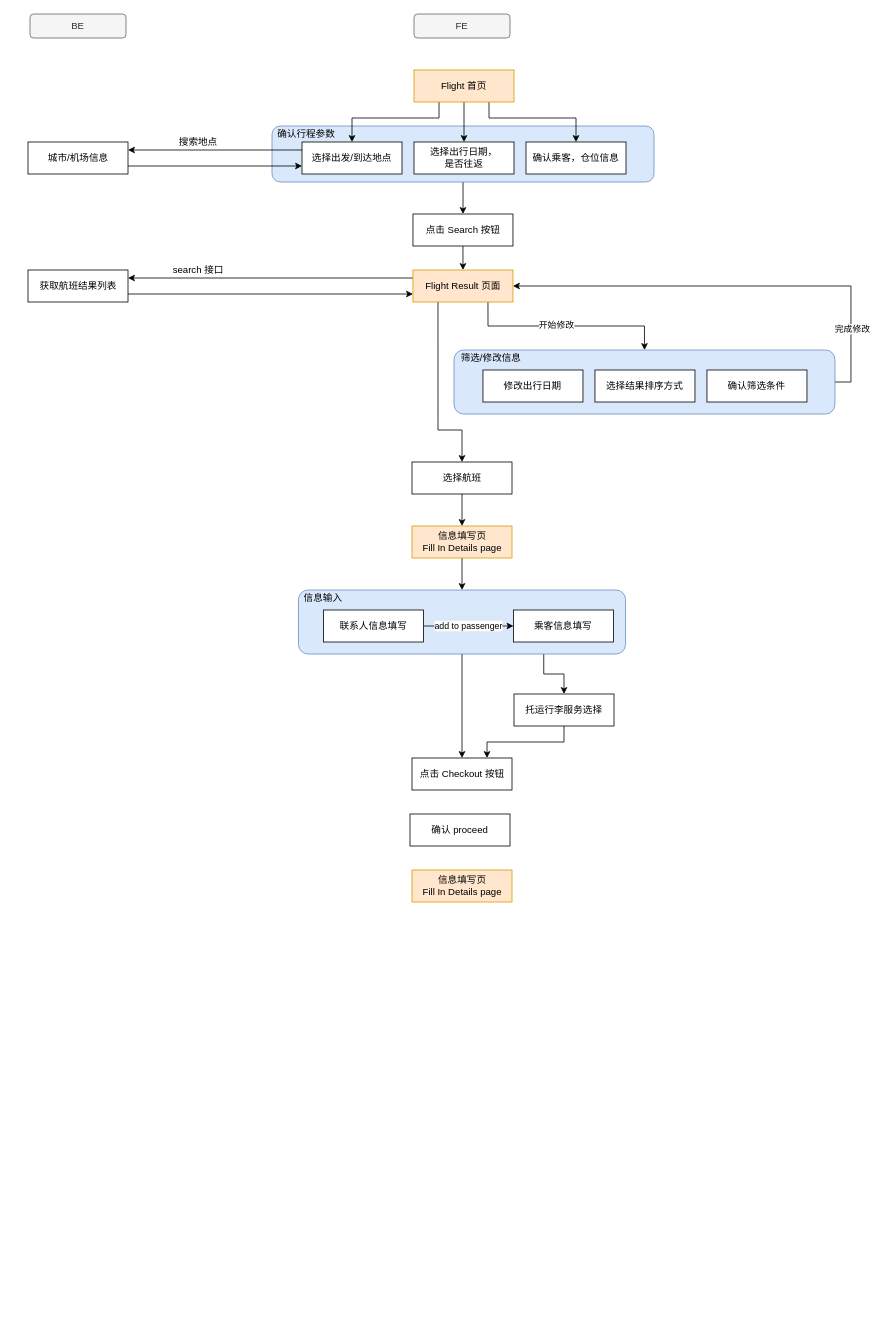
This is page "main process" (1 of 2) of Flight/flight.drawio from junhong2021/Hotel-, a draw.io file, before an edit. Source tidied: cells renumbered, new cells numbered last; positions are measured from the earlier drawing's top-left corner, leaving out a move shared by most shapes. Both pictures are drawn from the tidied source at 80%, with x=0, y=0 at pixel (27, 14).
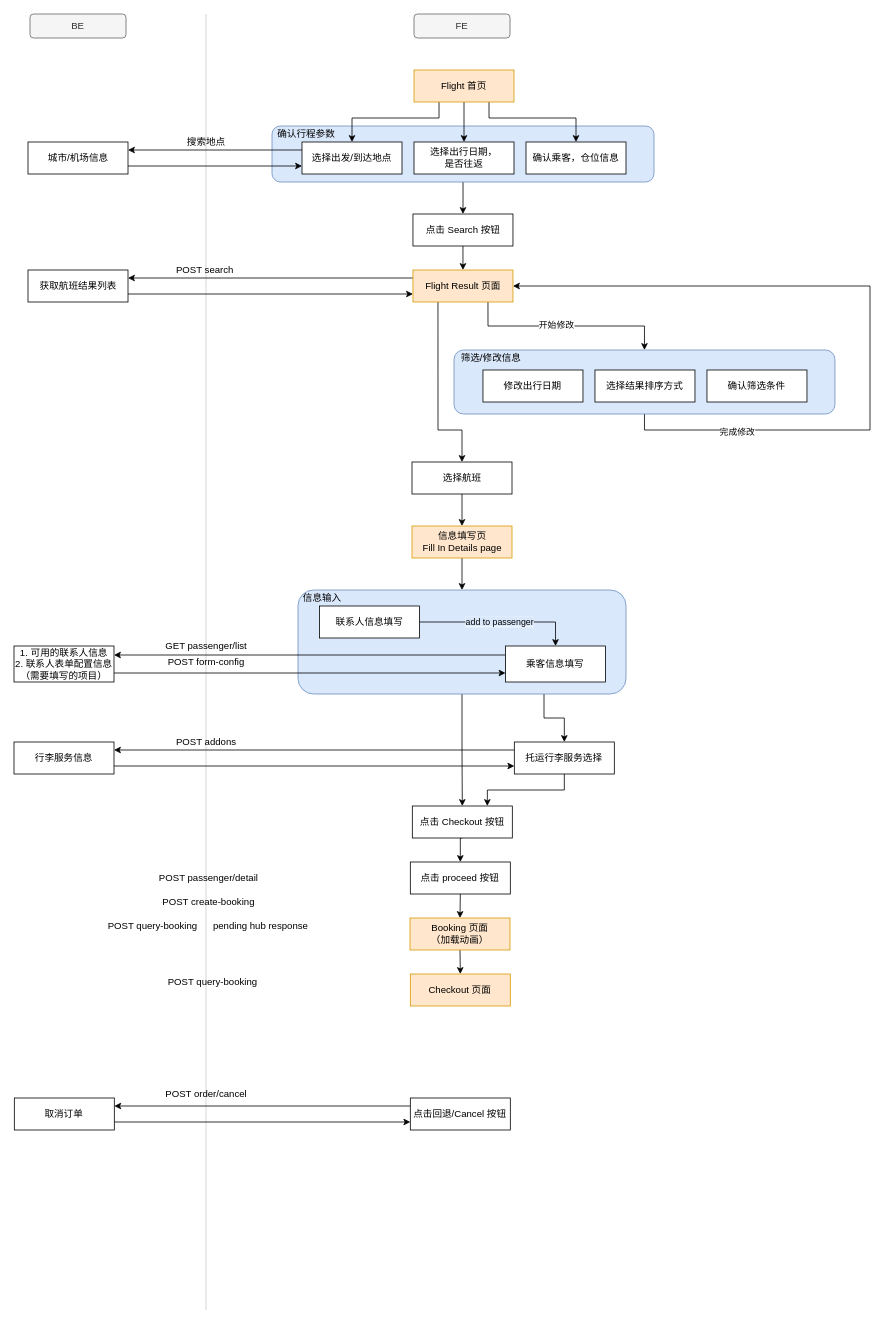
The same diagram, later.

The change refers to these unchanged cells:
```xml
<mxCell id="4" style="rounded=1;whiteSpace=wrap;html=1;fillColor=#dae8fc;strokeColor=#6c8ebf;align=center;" parent="1" vertex="1">
  <mxGeometry x="533" y="420" width="476.2" height="80" as="geometry" />
</mxCell>
<mxCell id="17" value="Flight Result 页面" style="rounded=0;whiteSpace=wrap;html=1;fillColor=#ffe6cc;strokeColor=#d79b00;" parent="1" vertex="1">
  <mxGeometry x="481.7" y="320" width="125" height="40" as="geometry" />
</mxCell>
```

The edit, as a diff of the source:
```diff
@@
-<mxGraphModel>
+<mxGraphModel background="#FFFFFF">
@@
+    <mxCell id="51" style="endArrow=none;html=1;strokeColor=#CCCCCC;" parent="1" edge="1">
+      <mxGeometry relative="1" as="geometry">
+        <mxPoint x="223" y="1620" as="sourcePoint" />
+        <mxPoint x="223" as="targetPoint" />
+      </mxGeometry>
+    </mxCell>
-    <mxCell id="2" style="edgeStyle=orthogonalEdgeStyle;rounded=0;jettySize=auto;html=1;exitX=1;exitY=0.5;exitDx=0;exitDy=0;entryX=1;entryY=0.5;entryDx=0;entryDy=0;" parent="1" edge="1" source="4" target="17">
-      <mxGeometry relative="1" as="geometry" />
+    <mxCell id="2" style="edgeStyle=orthogonalEdgeStyle;rounded=0;jettySize=auto;html=1;exitX=0.5;exitY=1;exitDx=0;exitDy=0;entryX=1;entryY=0.5;entryDx=0;entryDy=0;" parent="1" edge="1" source="4" target="17">
+      <mxGeometry relative="1" as="geometry">
+        <Array as="points">
+          <mxPoint x="771" y="520" />
+          <mxPoint x="1053" y="520" />
+          <mxPoint x="1053" y="340" />
+        </Array>
+      </mxGeometry>
     </mxCell>
     <mxCell id="3" value="完成修改" style="edgeLabel;html=1;align=center;verticalAlign=middle;" parent="2" vertex="1">
-      <mxGeometry x="-0.69" y="-1" relative="1" as="geometry" />
+      <mxGeometry x="-0.71" y="-2" relative="1" as="geometry" />
     </mxCell>
@@
     <mxCell id="28" value="搜索地点" style="text;html=1;align=center;verticalAlign=middle;strokeColor=none;" parent="1" vertex="1">
-      <mxGeometry x="183" y="150" width="60" height="20" as="geometry" />
+      <mxGeometry x="193" y="150" width="60" height="20" as="geometry" />
     </mxCell>
@@
-    <mxCell id="33" value="search 接口" style="text;html=1;align=center;verticalAlign=middle;strokeColor=none;" parent="1" vertex="1">
-      <mxGeometry x="173" y="310" width="80" height="20" as="geometry" />
+    <mxCell id="33" value="POST search&amp;nbsp;" style="text;html=1;align=center;verticalAlign=middle;strokeColor=none;" parent="1" vertex="1">
+      <mxGeometry x="178" y="310" width="90" height="20" as="geometry" />
     </mxCell>
@@
+    <mxCell id="52" style="edgeStyle=orthogonalEdgeStyle;rounded=0;jettySize=auto;html=1;exitX=0;exitY=0.25;exitDx=0;exitDy=0;entryX=1;entryY=0.25;entryDx=0;entryDy=0;" parent="1" edge="1" source="40" target="61">
+      <mxGeometry relative="1" as="geometry" />
+    </mxCell>
     <mxCell id="40" value="托运行李服务选择" style="rounded=0;whiteSpace=wrap;html=1;" parent="1" vertex="1">
-      <mxGeometry x="608" y="850" width="125" height="40" as="geometry" />
+      <mxGeometry x="608.4" y="910" width="125" height="40" as="geometry" />
     </mxCell>
@@
     <mxCell id="43" style="rounded=1;whiteSpace=wrap;html=1;fillColor=#dae8fc;strokeColor=#6c8ebf;align=center;" parent="1" vertex="1">
-      <mxGeometry x="338.6" y="720" width="408.8" height="80" as="geometry" />
+      <mxGeometry x="338" y="720" width="410" height="130" as="geometry" />
     </mxCell>
-    <mxCell id="44" value="add to passenger" style="edgeStyle=orthogonalEdgeStyle;rounded=0;jettySize=auto;html=1;exitX=1;exitY=0.5;exitDx=0;exitDy=0;entryX=0;entryY=0.5;entryDx=0;entryDy=0;" parent="1" edge="1" source="45" target="46">
+    <mxCell id="44" value="&lt;span style=&quot;background-color: rgb(218 , 232 , 252)&quot;&gt;add to passenger&lt;/span&gt;" style="edgeStyle=orthogonalEdgeStyle;rounded=0;jettySize=auto;html=1;exitX=1;exitY=0.5;exitDx=0;exitDy=0;entryX=0.5;entryY=0;entryDx=0;entryDy=0;entryPerimeter=0;" parent="1" edge="1" source="45" target="46">
       <mxGeometry relative="1" as="geometry" />
     </mxCell>
     <mxCell id="45" value="联系人信息填写" style="rounded=0;whiteSpace=wrap;html=1;" parent="1" vertex="1">
-      <mxGeometry x="369.9" y="745" width="125" height="40" as="geometry" />
+      <mxGeometry x="364.9" y="740" width="125" height="40" as="geometry" />
     </mxCell>
+    <mxCell id="53" style="edgeStyle=orthogonalEdgeStyle;rounded=0;jettySize=auto;html=1;exitX=0;exitY=0.25;exitDx=0;exitDy=0;entryX=1;entryY=0.25;entryDx=0;entryDy=0;" parent="1" edge="1" source="46" target="57">
+      <mxGeometry relative="1" as="geometry" />
+    </mxCell>
     <mxCell id="46" value="乘客信息填写" style="rounded=0;whiteSpace=wrap;html=1;" parent="1" vertex="1">
-      <mxGeometry x="607.4" y="745" width="125" height="40" as="geometry" />
+      <mxGeometry x="597.4" y="790" width="125" height="45" as="geometry" />
     </mxCell>
     <mxCell id="47" value="信息输入" style="text;html=1;align=center;verticalAlign=middle;strokeColor=none;" parent="1" vertex="1">
-      <mxGeometry x="338.6" y="720" width="60" height="20" as="geometry" />
+      <mxGeometry x="338" y="720" width="60" height="20" as="geometry" />
     </mxCell>
+    <mxCell id="54" style="edgeStyle=orthogonalEdgeStyle;rounded=0;jettySize=auto;html=1;exitX=0.5;exitY=1;exitDx=0;exitDy=0;entryX=0.5;entryY=0;entryDx=0;entryDy=0;strokeColor=#000000;" parent="1" edge="1" source="48" target="50">
+      <mxGeometry relative="1" as="geometry" />
+    </mxCell>
     <mxCell id="48" value="点击 Checkout 按钮" style="rounded=0;whiteSpace=wrap;html=1;" parent="1" vertex="1">
-      <mxGeometry x="480.5" y="930" width="125" height="40" as="geometry" />
+      <mxGeometry x="480.9" y="990" width="125" height="40" as="geometry" />
     </mxCell>
-    <mxCell id="49" value="信息填写页&lt;br&gt;Fill In Details page" style="rounded=0;whiteSpace=wrap;html=1;fillColor=#ffe6cc;strokeColor=#d79b00;" parent="1" vertex="1">
-      <mxGeometry x="480.5" y="1070" width="125" height="40" as="geometry" />
+    <mxCell id="49" value="Checkout 页面" style="rounded=0;whiteSpace=wrap;html=1;fillColor=#ffe6cc;strokeColor=#d79b00;" parent="1" vertex="1">
+      <mxGeometry x="478.4" y="1200" width="125" height="40" as="geometry" />
     </mxCell>
+    <mxCell id="55" style="edgeStyle=orthogonalEdgeStyle;rounded=0;jettySize=auto;html=1;exitX=0.5;exitY=1;exitDx=0;exitDy=0;entryX=0.5;entryY=0;entryDx=0;entryDy=0;strokeColor=#000000;" parent="1" edge="1" source="50" target="64">
+      <mxGeometry relative="1" as="geometry" />
+    </mxCell>
-    <mxCell id="50" value="确认 proceed" style="rounded=0;whiteSpace=wrap;html=1;" parent="1" vertex="1">
-      <mxGeometry x="478" y="1000" width="125" height="40" as="geometry" />
+    <mxCell id="50" value="点击 proceed 按钮" style="rounded=0;whiteSpace=wrap;html=1;" parent="1" vertex="1">
+      <mxGeometry x="478.4" y="1060" width="125" height="40" as="geometry" />
     </mxCell>
+    <mxCell id="56" style="edgeStyle=orthogonalEdgeStyle;rounded=0;jettySize=auto;html=1;exitX=1;exitY=0.75;exitDx=0;exitDy=0;entryX=0;entryY=0.75;entryDx=0;entryDy=0;" parent="1" edge="1" source="57" target="46">
+      <mxGeometry relative="1" as="geometry" />
+    </mxCell>
+    <mxCell id="57" value="1. 可用的联系人信息&lt;br&gt;2. 联系人表单配置信息（需要填写的项目）" style="rounded=0;whiteSpace=wrap;html=1;" parent="1" vertex="1">
+      <mxGeometry x="-17" y="790" width="125" height="45" as="geometry" />
+    </mxCell>
+    <mxCell id="58" value="POST form-config" style="text;html=1;align=center;verticalAlign=middle;strokeColor=none;" parent="1" vertex="1">
+      <mxGeometry x="168" y="800" width="110" height="20" as="geometry" />
+    </mxCell>
+    <mxCell id="59" value="GET passenger/list" style="text;html=1;align=center;verticalAlign=middle;strokeColor=none;" parent="1" vertex="1">
+      <mxGeometry x="163" y="780" width="120" height="20" as="geometry" />
+    </mxCell>
+    <mxCell id="60" style="edgeStyle=orthogonalEdgeStyle;rounded=0;jettySize=auto;html=1;exitX=1;exitY=0.75;exitDx=0;exitDy=0;entryX=0;entryY=0.75;entryDx=0;entryDy=0;strokeColor=#000000;" parent="1" edge="1" source="61" target="40">
+      <mxGeometry relative="1" as="geometry" />
+    </mxCell>
+    <mxCell id="61" value="行李服务信息" style="rounded=0;whiteSpace=wrap;html=1;" parent="1" vertex="1">
+      <mxGeometry x="-17" y="910" width="125" height="40" as="geometry" />
+    </mxCell>
+    <mxCell id="62" value="POST addons" style="text;html=1;align=center;verticalAlign=middle;strokeColor=none;" parent="1" vertex="1">
+      <mxGeometry x="178" y="900" width="90" height="20" as="geometry" />
+    </mxCell>
+    <mxCell id="63" style="edgeStyle=orthogonalEdgeStyle;rounded=0;jettySize=auto;html=1;exitX=0.5;exitY=1;exitDx=0;exitDy=0;entryX=0.5;entryY=0;entryDx=0;entryDy=0;strokeColor=#000000;" parent="1" edge="1" source="64" target="49">
+      <mxGeometry relative="1" as="geometry" />
+    </mxCell>
+    <mxCell id="64" value="Booking 页面&lt;br&gt;（加载动画）" style="rounded=0;whiteSpace=wrap;html=1;fillColor=#ffe6cc;strokeColor=#d79b00;" parent="1" vertex="1">
+      <mxGeometry x="478" y="1130" width="125" height="40" as="geometry" />
+    </mxCell>
+    <mxCell id="65" value="POST passenger/detail" style="text;html=1;align=center;verticalAlign=middle;strokeColor=none;" parent="1" vertex="1">
+      <mxGeometry x="155.5" y="1070" width="140" height="20" as="geometry" />
+    </mxCell>
+    <mxCell id="66" value="POST create-booking" style="text;html=1;align=center;verticalAlign=middle;strokeColor=none;" parent="1" vertex="1">
+      <mxGeometry x="160.5" y="1100" width="130" height="20" as="geometry" />
+    </mxCell>
+    <mxCell id="67" value="POST query-booking" style="text;html=1;align=center;verticalAlign=middle;strokeColor=none;" parent="1" vertex="1">
+      <mxGeometry x="90.5" y="1130" width="130" height="20" as="geometry" />
+    </mxCell>
+    <mxCell id="68" style="edgeStyle=orthogonalEdgeStyle;rounded=0;jettySize=auto;html=1;exitX=0;exitY=0.25;exitDx=0;exitDy=0;entryX=1;entryY=0.25;entryDx=0;entryDy=0;strokeColor=#000000;" parent="1" edge="1" source="69" target="71">
+      <mxGeometry relative="1" as="geometry" />
+    </mxCell>
+    <mxCell id="69" value="点击回退/Cancel 按钮" style="rounded=0;whiteSpace=wrap;html=1;" parent="1" vertex="1">
+      <mxGeometry x="478.4" y="1355" width="125" height="40" as="geometry" />
+    </mxCell>
+    <mxCell id="70" style="edgeStyle=orthogonalEdgeStyle;rounded=0;jettySize=auto;html=1;exitX=1;exitY=0.75;exitDx=0;exitDy=0;entryX=0;entryY=0.75;entryDx=0;entryDy=0;strokeColor=#000000;" parent="1" edge="1" source="71" target="69">
+      <mxGeometry relative="1" as="geometry" />
+    </mxCell>
+    <mxCell id="71" value="取消订单" style="rounded=0;whiteSpace=wrap;html=1;" parent="1" vertex="1">
+      <mxGeometry x="-16.6" y="1355" width="125" height="40" as="geometry" />
+    </mxCell>
+    <mxCell id="72" value="POST order/cancel" style="text;html=1;align=center;verticalAlign=middle;strokeColor=none;" parent="1" vertex="1">
+      <mxGeometry x="163.4" y="1340" width="120" height="20" as="geometry" />
+    </mxCell>
+    <mxCell id="73" value="pending hub response" style="text;html=1;align=center;verticalAlign=middle;strokeColor=none;" parent="1" vertex="1">
+      <mxGeometry x="225.5" y="1130" width="130" height="20" as="geometry" />
+    </mxCell>
+    <mxCell id="74" value="POST query-booking" style="text;html=1;align=center;verticalAlign=middle;strokeColor=none;" parent="1" vertex="1">
+      <mxGeometry x="165.5" y="1200" width="130" height="20" as="geometry" />
+    </mxCell>
```
